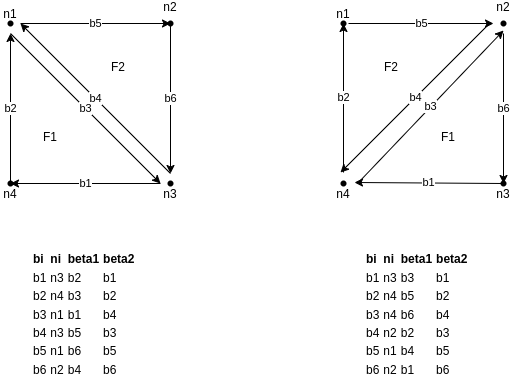
LIHPC-Computational-Geometry/tune keeps this draw.io diagram as scheme.png. Above is the earlier version. Source tidied: cells renumbered, new cells last; positions are measured from the earlier drawing's top-left corner, leaving out a move shared by most shapes. The source it was exported from:
```xml
<mxGraphModel>
  <root>
    <mxCell id="0" />
    <mxCell id="1" parent="0" />
    <mxCell id="2" value="b5" style="endArrow=classic;html=1;rounded=0;" parent="1" edge="1">
      <mxGeometry relative="1" as="geometry">
        <mxPoint x="20" y="10" as="sourcePoint" />
        <mxPoint x="170" y="10" as="targetPoint" />
      </mxGeometry>
    </mxCell>
    <mxCell id="3" value="b6" style="endArrow=classic;html=1;rounded=0;" parent="1" edge="1">
      <mxGeometry relative="1" as="geometry">
        <mxPoint x="170" y="10" as="sourcePoint" />
        <mxPoint x="170" y="160" as="targetPoint" />
      </mxGeometry>
    </mxCell>
    <mxCell id="4" value="b4" style="endArrow=classic;html=1;rounded=0;" parent="1" edge="1">
      <mxGeometry relative="1" as="geometry">
        <mxPoint x="170" y="160" as="sourcePoint" />
        <mxPoint x="20" y="10" as="targetPoint" />
      </mxGeometry>
    </mxCell>
    <mxCell id="5" value="b1" style="endArrow=classic;html=1;rounded=0;" parent="1" edge="1">
      <mxGeometry relative="1" as="geometry">
        <mxPoint x="160" y="170" as="sourcePoint" />
        <mxPoint x="10" y="170" as="targetPoint" />
      </mxGeometry>
    </mxCell>
    <mxCell id="6" value="b2" style="endArrow=classic;html=1;rounded=0;" parent="1" edge="1" source="12">
      <mxGeometry relative="1" as="geometry">
        <mxPoint x="10" y="20" as="targetPoint" />
      </mxGeometry>
    </mxCell>
    <mxCell id="7" value="b3" style="endArrow=classic;html=1;rounded=0;" parent="1" edge="1">
      <mxGeometry relative="1" as="geometry">
        <mxPoint x="10" y="20" as="sourcePoint" />
        <mxPoint x="160" y="170" as="targetPoint" />
      </mxGeometry>
    </mxCell>
    <mxCell id="8" value="n3" style="shape=waypoint;sketch=0;fillStyle=solid;size=6;fillColor=none;perimeter=centerPerimeter;spacingTop=20;" parent="1" vertex="1">
      <mxGeometry x="160" y="160" width="20" height="20" as="geometry" />
    </mxCell>
    <mxCell id="9" value="n1" style="shape=waypoint;sketch=0;fillStyle=solid;size=6;fillColor=none;perimeter=centerPerimeter;labelPadding=0;spacingTop=-20;" parent="1" vertex="1">
      <mxGeometry width="20" height="20" as="geometry" />
    </mxCell>
    <mxCell id="10" value="n2&#10;" style="shape=waypoint;sketch=0;fillStyle=solid;size=6;fillColor=none;perimeter=centerPerimeter;spacingTop=-20;" parent="1" vertex="1">
      <mxGeometry x="160" width="20" height="20" as="geometry" />
    </mxCell>
    <mxCell id="11" style="endArrow=classic;html=1;rounded=0;" parent="1" edge="1" target="12">
      <mxGeometry relative="1" as="geometry">
        <mxPoint x="10" y="170" as="sourcePoint" />
      </mxGeometry>
    </mxCell>
    <mxCell id="12" value="n4" style="shape=waypoint;sketch=0;fillStyle=solid;size=6;points=[];fillColor=none;perimeter=centerPerimeter;snapToPoint=1;spacingTop=20;" parent="1" vertex="1">
      <mxGeometry y="160" width="20" height="20" as="geometry" />
    </mxCell>
    <mxCell id="13" value="F1" style="text;strokeColor=none;align=center;fillColor=none;html=1;verticalAlign=middle;whiteSpace=wrap;rounded=0;" parent="1" vertex="1">
      <mxGeometry x="20" y="109" width="60" height="30" as="geometry" />
    </mxCell>
    <mxCell id="14" value="F2" style="text;strokeColor=none;align=center;fillColor=none;html=1;verticalAlign=middle;whiteSpace=wrap;rounded=0;" parent="1" vertex="1">
      <mxGeometry x="88" y="39" width="60" height="30" as="geometry" />
    </mxCell>
    <mxCell id="15" value="&lt;br&gt;&lt;table&gt;&lt;tbody&gt;&lt;tr&gt;&lt;td&gt;&lt;b&gt;bi&lt;/b&gt;&lt;/td&gt;&lt;td&gt;&lt;b&gt;ni&lt;/b&gt;&lt;/td&gt;&lt;td&gt;&lt;b&gt;beta1&lt;/b&gt;&lt;/td&gt;&lt;td&gt;&lt;b&gt;beta2&lt;/b&gt;&lt;/td&gt;&lt;/tr&gt;&lt;tr&gt;&lt;td&gt;b1&lt;/td&gt;&lt;td&gt;n3&lt;/td&gt;&lt;td&gt;b2&lt;/td&gt;&lt;td&gt;b1&lt;/td&gt;&lt;/tr&gt;&lt;tr&gt;&lt;td&gt;b2&lt;/td&gt;&lt;td&gt;n4&lt;/td&gt;&lt;td&gt;b3&lt;/td&gt;&lt;td&gt;b2&lt;/td&gt;&lt;/tr&gt;&lt;tr&gt;&lt;td&gt;b3&lt;/td&gt;&lt;td&gt;n1&lt;/td&gt;&lt;td&gt;b1&lt;/td&gt;&lt;td&gt;b4&lt;/td&gt;&lt;/tr&gt;&lt;tr&gt;&lt;td&gt;b4&lt;/td&gt;&lt;td&gt;n3&lt;/td&gt;&lt;td&gt;b5&lt;/td&gt;&lt;td&gt;b3&lt;/td&gt;&lt;/tr&gt;&lt;tr&gt;&lt;td&gt;b5&lt;/td&gt;&lt;td&gt;n1&lt;/td&gt;&lt;td&gt;b6&lt;/td&gt;&lt;td&gt;b5&lt;/td&gt;&lt;/tr&gt;&lt;tr&gt;&lt;td&gt;b6&lt;/td&gt;&lt;td&gt;n2&lt;/td&gt;&lt;td&gt;b4&lt;/td&gt;&lt;td&gt;b6&lt;/td&gt;&lt;/tr&gt;&lt;/tbody&gt;&lt;/table&gt;" style="text;strokeColor=none;align=left;fillColor=none;html=1;verticalAlign=middle;whiteSpace=wrap;rounded=0;" parent="1" vertex="1">
      <mxGeometry x="28" y="209" width="120" height="170" as="geometry" />
    </mxCell>
    <mxCell id="16" value="b5" style="endArrow=classic;html=1;rounded=0;" parent="1" edge="1">
      <mxGeometry relative="1" as="geometry">
        <mxPoint x="348" y="10" as="sourcePoint" />
        <mxPoint x="493" y="10" as="targetPoint" />
      </mxGeometry>
    </mxCell>
    <mxCell id="17" value="b6" style="endArrow=classic;html=1;rounded=0;" parent="1" edge="1" target="22">
      <mxGeometry relative="1" as="geometry">
        <mxPoint x="503" y="20" as="sourcePoint" />
      </mxGeometry>
    </mxCell>
    <mxCell id="18" value="b4" style="endArrow=classic;html=1;rounded=0;" parent="1" edge="1">
      <mxGeometry relative="1" as="geometry">
        <mxPoint x="490" y="9" as="sourcePoint" />
        <mxPoint x="340" y="159" as="targetPoint" />
      </mxGeometry>
    </mxCell>
    <mxCell id="19" value="b1" style="endArrow=classic;html=1;rounded=0;" parent="1" edge="1" source="22">
      <mxGeometry relative="1" as="geometry">
        <mxPoint x="354" y="169" as="targetPoint" />
      </mxGeometry>
    </mxCell>
    <mxCell id="20" value="b2" style="endArrow=classic;html=1;rounded=0;entryX=0.7;entryY=0.3;entryDx=0;entryDy=0;entryPerimeter=0;" parent="1" edge="1" target="23">
      <mxGeometry relative="1" as="geometry">
        <mxPoint x="343" y="159" as="sourcePoint" />
      </mxGeometry>
    </mxCell>
    <mxCell id="21" value="b3" style="endArrow=classic;html=1;rounded=0;entryX=0.55;entryY=1.25;entryDx=0;entryDy=0;entryPerimeter=0;" parent="1" edge="1">
      <mxGeometry relative="1" as="geometry">
        <mxPoint x="358" y="169" as="sourcePoint" />
        <mxPoint x="503" y="17" as="targetPoint" />
      </mxGeometry>
    </mxCell>
    <mxCell id="22" value="n3" style="shape=waypoint;sketch=0;fillStyle=solid;size=6;points=[];fillColor=none;perimeter=centerPerimeter;snapToPoint=1;spacingTop=20;" parent="1" vertex="1">
      <mxGeometry x="493" y="160" width="20" height="20" as="geometry" />
    </mxCell>
    <mxCell id="23" value="n1" style="shape=waypoint;sketch=0;fillStyle=solid;size=6;points=[];fillColor=none;perimeter=centerPerimeter;snapToPoint=1;labelPadding=0;spacingTop=-20;" parent="1" vertex="1">
      <mxGeometry x="333" width="20" height="20" as="geometry" />
    </mxCell>
    <mxCell id="24" value="n2&#10;" style="shape=waypoint;sketch=0;fillStyle=solid;size=6;fillColor=none;perimeter=centerPerimeter;spacingTop=-20;" parent="1" vertex="1">
      <mxGeometry x="493" width="20" height="20" as="geometry" />
    </mxCell>
    <mxCell id="25" style="endArrow=classic;html=1;rounded=0;" parent="1" edge="1" target="26">
      <mxGeometry relative="1" as="geometry">
        <mxPoint x="343" y="170" as="sourcePoint" />
      </mxGeometry>
    </mxCell>
    <mxCell id="26" value="n4" style="shape=waypoint;sketch=0;fillStyle=solid;size=6;points=[];fillColor=none;perimeter=centerPerimeter;snapToPoint=1;spacingTop=20;" parent="1" vertex="1">
      <mxGeometry x="333" y="160" width="20" height="20" as="geometry" />
    </mxCell>
    <mxCell id="27" value="F1" style="text;strokeColor=none;align=center;fillColor=none;html=1;verticalAlign=middle;whiteSpace=wrap;rounded=0;" parent="1" vertex="1">
      <mxGeometry x="418" y="109" width="60" height="30" as="geometry" />
    </mxCell>
    <mxCell id="28" value="F2" style="text;strokeColor=none;align=center;fillColor=none;html=1;verticalAlign=middle;whiteSpace=wrap;rounded=0;" parent="1" vertex="1">
      <mxGeometry x="361" y="39" width="60" height="30" as="geometry" />
    </mxCell>
    <mxCell id="29" value="&lt;br&gt;&lt;table&gt;&lt;tbody&gt;&lt;tr&gt;&lt;td&gt;&lt;b&gt;bi&lt;/b&gt;&lt;/td&gt;&lt;td&gt;&lt;b&gt;ni&lt;/b&gt;&lt;/td&gt;&lt;td&gt;&lt;b&gt;beta1&lt;/b&gt;&lt;/td&gt;&lt;td&gt;&lt;b&gt;beta2&lt;/b&gt;&lt;/td&gt;&lt;/tr&gt;&lt;tr&gt;&lt;td&gt;b1&lt;/td&gt;&lt;td&gt;n3&lt;/td&gt;&lt;td&gt;b3&lt;/td&gt;&lt;td&gt;b1&lt;/td&gt;&lt;/tr&gt;&lt;tr&gt;&lt;td&gt;b2&lt;/td&gt;&lt;td&gt;n4&lt;/td&gt;&lt;td&gt;b5&lt;/td&gt;&lt;td&gt;b2&lt;/td&gt;&lt;/tr&gt;&lt;tr&gt;&lt;td&gt;b3&lt;/td&gt;&lt;td&gt;n4&lt;/td&gt;&lt;td&gt;b6&lt;/td&gt;&lt;td&gt;b4&lt;/td&gt;&lt;/tr&gt;&lt;tr&gt;&lt;td&gt;b4&lt;/td&gt;&lt;td&gt;n2&lt;/td&gt;&lt;td&gt;b2&lt;/td&gt;&lt;td&gt;b3&lt;/td&gt;&lt;/tr&gt;&lt;tr&gt;&lt;td&gt;b5&lt;/td&gt;&lt;td&gt;n1&lt;/td&gt;&lt;td&gt;b4&lt;/td&gt;&lt;td&gt;b5&lt;/td&gt;&lt;/tr&gt;&lt;tr&gt;&lt;td&gt;b6&lt;/td&gt;&lt;td&gt;n2&lt;/td&gt;&lt;td&gt;b1&lt;/td&gt;&lt;td&gt;b6&lt;/td&gt;&lt;/tr&gt;&lt;/tbody&gt;&lt;/table&gt;" style="text;strokeColor=none;align=left;fillColor=none;html=1;verticalAlign=middle;whiteSpace=wrap;rounded=0;" parent="1" vertex="1">
      <mxGeometry x="361" y="209" width="120" height="170" as="geometry" />
    </mxCell>
  </root>
</mxGraphModel>
```
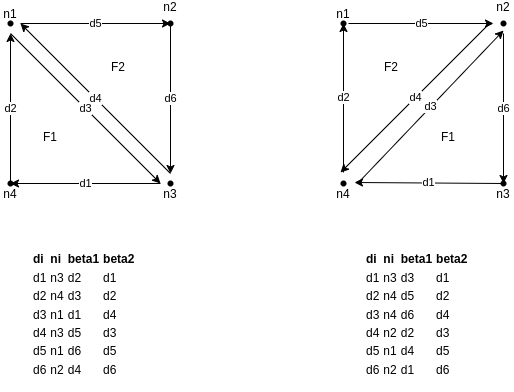
The same file after the commit.

The edit, as a diff of the source:
```diff
@@ -2,36 +2,36 @@
   <root>
     <mxCell id="0" />
     <mxCell id="1" parent="0" />
-    <mxCell id="2" value="b5" style="endArrow=classic;html=1;rounded=0;" parent="1" edge="1">
+    <mxCell id="2" value="d5" style="endArrow=classic;html=1;rounded=0;" parent="1" edge="1">
       <mxGeometry relative="1" as="geometry">
         <mxPoint x="20" y="10" as="sourcePoint" />
         <mxPoint x="170" y="10" as="targetPoint" />
       </mxGeometry>
     </mxCell>
-    <mxCell id="3" value="b6" style="endArrow=classic;html=1;rounded=0;" parent="1" edge="1">
+    <mxCell id="3" value="d6" style="endArrow=classic;html=1;rounded=0;" parent="1" edge="1">
       <mxGeometry relative="1" as="geometry">
         <mxPoint x="170" y="10" as="sourcePoint" />
         <mxPoint x="170" y="160" as="targetPoint" />
       </mxGeometry>
     </mxCell>
-    <mxCell id="4" value="b4" style="endArrow=classic;html=1;rounded=0;" parent="1" edge="1">
+    <mxCell id="4" value="d4" style="endArrow=classic;html=1;rounded=0;" parent="1" edge="1">
       <mxGeometry relative="1" as="geometry">
         <mxPoint x="170" y="160" as="sourcePoint" />
         <mxPoint x="20" y="10" as="targetPoint" />
       </mxGeometry>
     </mxCell>
-    <mxCell id="5" value="b1" style="endArrow=classic;html=1;rounded=0;" parent="1" edge="1">
+    <mxCell id="5" value="d1" style="endArrow=classic;html=1;rounded=0;" parent="1" edge="1">
       <mxGeometry relative="1" as="geometry">
         <mxPoint x="160" y="170" as="sourcePoint" />
         <mxPoint x="10" y="170" as="targetPoint" />
       </mxGeometry>
     </mxCell>
-    <mxCell id="6" value="b2" style="endArrow=classic;html=1;rounded=0;" parent="1" edge="1" source="12">
+    <mxCell id="6" value="d2" style="endArrow=classic;html=1;rounded=0;" parent="1" edge="1" source="12">
       <mxGeometry relative="1" as="geometry">
         <mxPoint x="10" y="20" as="targetPoint" />
       </mxGeometry>
     </mxCell>
-    <mxCell id="7" value="b3" style="endArrow=classic;html=1;rounded=0;" parent="1" edge="1">
+    <mxCell id="7" value="d3" style="endArrow=classic;html=1;rounded=0;" parent="1" edge="1">
       <mxGeometry relative="1" as="geometry">
         <mxPoint x="10" y="20" as="sourcePoint" />
         <mxPoint x="160" y="170" as="targetPoint" />
@@ -60,37 +60,37 @@
     <mxCell id="14" value="F2" style="text;strokeColor=none;align=center;fillColor=none;html=1;verticalAlign=middle;whiteSpace=wrap;rounded=0;" parent="1" vertex="1">
       <mxGeometry x="88" y="39" width="60" height="30" as="geometry" />
     </mxCell>
-    <mxCell id="15" value="&lt;br&gt;&lt;table&gt;&lt;tbody&gt;&lt;tr&gt;&lt;td&gt;&lt;b&gt;bi&lt;/b&gt;&lt;/td&gt;&lt;td&gt;&lt;b&gt;ni&lt;/b&gt;&lt;/td&gt;&lt;td&gt;&lt;b&gt;beta1&lt;/b&gt;&lt;/td&gt;&lt;td&gt;&lt;b&gt;beta2&lt;/b&gt;&lt;/td&gt;&lt;/tr&gt;&lt;tr&gt;&lt;td&gt;b1&lt;/td&gt;&lt;td&gt;n3&lt;/td&gt;&lt;td&gt;b2&lt;/td&gt;&lt;td&gt;b1&lt;/td&gt;&lt;/tr&gt;&lt;tr&gt;&lt;td&gt;b2&lt;/td&gt;&lt;td&gt;n4&lt;/td&gt;&lt;td&gt;b3&lt;/td&gt;&lt;td&gt;b2&lt;/td&gt;&lt;/tr&gt;&lt;tr&gt;&lt;td&gt;b3&lt;/td&gt;&lt;td&gt;n1&lt;/td&gt;&lt;td&gt;b1&lt;/td&gt;&lt;td&gt;b4&lt;/td&gt;&lt;/tr&gt;&lt;tr&gt;&lt;td&gt;b4&lt;/td&gt;&lt;td&gt;n3&lt;/td&gt;&lt;td&gt;b5&lt;/td&gt;&lt;td&gt;b3&lt;/td&gt;&lt;/tr&gt;&lt;tr&gt;&lt;td&gt;b5&lt;/td&gt;&lt;td&gt;n1&lt;/td&gt;&lt;td&gt;b6&lt;/td&gt;&lt;td&gt;b5&lt;/td&gt;&lt;/tr&gt;&lt;tr&gt;&lt;td&gt;b6&lt;/td&gt;&lt;td&gt;n2&lt;/td&gt;&lt;td&gt;b4&lt;/td&gt;&lt;td&gt;b6&lt;/td&gt;&lt;/tr&gt;&lt;/tbody&gt;&lt;/table&gt;" style="text;strokeColor=none;align=left;fillColor=none;html=1;verticalAlign=middle;whiteSpace=wrap;rounded=0;" parent="1" vertex="1">
+    <mxCell id="15" value="&lt;br&gt;&lt;table&gt;&lt;tbody&gt;&lt;tr&gt;&lt;td&gt;&lt;b&gt;di&lt;/b&gt;&lt;/td&gt;&lt;td&gt;&lt;b&gt;ni&lt;/b&gt;&lt;/td&gt;&lt;td&gt;&lt;b&gt;beta1&lt;/b&gt;&lt;/td&gt;&lt;td&gt;&lt;b&gt;beta2&lt;/b&gt;&lt;/td&gt;&lt;/tr&gt;&lt;tr&gt;&lt;td&gt;d1&lt;/td&gt;&lt;td&gt;n3&lt;/td&gt;&lt;td&gt;d2&lt;/td&gt;&lt;td&gt;d1&lt;/td&gt;&lt;/tr&gt;&lt;tr&gt;&lt;td&gt;d2&lt;/td&gt;&lt;td&gt;n4&lt;/td&gt;&lt;td&gt;d3&lt;/td&gt;&lt;td&gt;d2&lt;/td&gt;&lt;/tr&gt;&lt;tr&gt;&lt;td&gt;d3&lt;/td&gt;&lt;td&gt;n1&lt;/td&gt;&lt;td&gt;d1&lt;/td&gt;&lt;td&gt;d4&lt;/td&gt;&lt;/tr&gt;&lt;tr&gt;&lt;td&gt;d4&lt;/td&gt;&lt;td&gt;n3&lt;/td&gt;&lt;td&gt;d5&lt;/td&gt;&lt;td&gt;d3&lt;/td&gt;&lt;/tr&gt;&lt;tr&gt;&lt;td&gt;d5&lt;/td&gt;&lt;td&gt;n1&lt;/td&gt;&lt;td&gt;d6&lt;/td&gt;&lt;td&gt;d5&lt;/td&gt;&lt;/tr&gt;&lt;tr&gt;&lt;td&gt;d6&lt;/td&gt;&lt;td&gt;n2&lt;/td&gt;&lt;td&gt;d4&lt;/td&gt;&lt;td&gt;d6&lt;/td&gt;&lt;/tr&gt;&lt;/tbody&gt;&lt;/table&gt;" style="text;strokeColor=none;align=left;fillColor=none;html=1;verticalAlign=middle;whiteSpace=wrap;rounded=0;" parent="1" vertex="1">
       <mxGeometry x="28" y="209" width="120" height="170" as="geometry" />
     </mxCell>
-    <mxCell id="16" value="b5" style="endArrow=classic;html=1;rounded=0;" parent="1" edge="1">
+    <mxCell id="16" value="d5" style="endArrow=classic;html=1;rounded=0;" parent="1" edge="1">
       <mxGeometry relative="1" as="geometry">
         <mxPoint x="348" y="10" as="sourcePoint" />
         <mxPoint x="493" y="10" as="targetPoint" />
       </mxGeometry>
     </mxCell>
-    <mxCell id="17" value="b6" style="endArrow=classic;html=1;rounded=0;" parent="1" edge="1" target="22">
+    <mxCell id="17" value="d6" style="endArrow=classic;html=1;rounded=0;" parent="1" edge="1" target="22">
       <mxGeometry relative="1" as="geometry">
         <mxPoint x="503" y="20" as="sourcePoint" />
       </mxGeometry>
     </mxCell>
-    <mxCell id="18" value="b4" style="endArrow=classic;html=1;rounded=0;" parent="1" edge="1">
+    <mxCell id="18" value="d4" style="endArrow=classic;html=1;rounded=0;" parent="1" edge="1">
       <mxGeometry relative="1" as="geometry">
         <mxPoint x="490" y="9" as="sourcePoint" />
         <mxPoint x="340" y="159" as="targetPoint" />
       </mxGeometry>
     </mxCell>
-    <mxCell id="19" value="b1" style="endArrow=classic;html=1;rounded=0;" parent="1" edge="1" source="22">
+    <mxCell id="19" value="d1" style="endArrow=classic;html=1;rounded=0;" parent="1" edge="1" source="22">
       <mxGeometry relative="1" as="geometry">
         <mxPoint x="354" y="169" as="targetPoint" />
       </mxGeometry>
     </mxCell>
-    <mxCell id="20" value="b2" style="endArrow=classic;html=1;rounded=0;entryX=0.7;entryY=0.3;entryDx=0;entryDy=0;entryPerimeter=0;" parent="1" edge="1" target="23">
+    <mxCell id="20" value="d2" style="endArrow=classic;html=1;rounded=0;entryX=0.7;entryY=0.3;entryDx=0;entryDy=0;entryPerimeter=0;" parent="1" edge="1" target="23">
       <mxGeometry relative="1" as="geometry">
         <mxPoint x="343" y="159" as="sourcePoint" />
       </mxGeometry>
     </mxCell>
-    <mxCell id="21" value="b3" style="endArrow=classic;html=1;rounded=0;entryX=0.55;entryY=1.25;entryDx=0;entryDy=0;entryPerimeter=0;" parent="1" edge="1">
+    <mxCell id="21" value="d3" style="endArrow=classic;html=1;rounded=0;entryX=0.55;entryY=1.25;entryDx=0;entryDy=0;entryPerimeter=0;" parent="1" edge="1">
       <mxGeometry relative="1" as="geometry">
         <mxPoint x="358" y="169" as="sourcePoint" />
         <mxPoint x="503" y="17" as="targetPoint" />
@@ -119,7 +119,7 @@
     <mxCell id="28" value="F2" style="text;strokeColor=none;align=center;fillColor=none;html=1;verticalAlign=middle;whiteSpace=wrap;rounded=0;" parent="1" vertex="1">
       <mxGeometry x="361" y="39" width="60" height="30" as="geometry" />
     </mxCell>
-    <mxCell id="29" value="&lt;br&gt;&lt;table&gt;&lt;tbody&gt;&lt;tr&gt;&lt;td&gt;&lt;b&gt;bi&lt;/b&gt;&lt;/td&gt;&lt;td&gt;&lt;b&gt;ni&lt;/b&gt;&lt;/td&gt;&lt;td&gt;&lt;b&gt;beta1&lt;/b&gt;&lt;/td&gt;&lt;td&gt;&lt;b&gt;beta2&lt;/b&gt;&lt;/td&gt;&lt;/tr&gt;&lt;tr&gt;&lt;td&gt;b1&lt;/td&gt;&lt;td&gt;n3&lt;/td&gt;&lt;td&gt;b3&lt;/td&gt;&lt;td&gt;b1&lt;/td&gt;&lt;/tr&gt;&lt;tr&gt;&lt;td&gt;b2&lt;/td&gt;&lt;td&gt;n4&lt;/td&gt;&lt;td&gt;b5&lt;/td&gt;&lt;td&gt;b2&lt;/td&gt;&lt;/tr&gt;&lt;tr&gt;&lt;td&gt;b3&lt;/td&gt;&lt;td&gt;n4&lt;/td&gt;&lt;td&gt;b6&lt;/td&gt;&lt;td&gt;b4&lt;/td&gt;&lt;/tr&gt;&lt;tr&gt;&lt;td&gt;b4&lt;/td&gt;&lt;td&gt;n2&lt;/td&gt;&lt;td&gt;b2&lt;/td&gt;&lt;td&gt;b3&lt;/td&gt;&lt;/tr&gt;&lt;tr&gt;&lt;td&gt;b5&lt;/td&gt;&lt;td&gt;n1&lt;/td&gt;&lt;td&gt;b4&lt;/td&gt;&lt;td&gt;b5&lt;/td&gt;&lt;/tr&gt;&lt;tr&gt;&lt;td&gt;b6&lt;/td&gt;&lt;td&gt;n2&lt;/td&gt;&lt;td&gt;b1&lt;/td&gt;&lt;td&gt;b6&lt;/td&gt;&lt;/tr&gt;&lt;/tbody&gt;&lt;/table&gt;" style="text;strokeColor=none;align=left;fillColor=none;html=1;verticalAlign=middle;whiteSpace=wrap;rounded=0;" parent="1" vertex="1">
+    <mxCell id="29" value="&lt;br&gt;&lt;table&gt;&lt;tbody&gt;&lt;tr&gt;&lt;td&gt;&lt;b&gt;di&lt;/b&gt;&lt;/td&gt;&lt;td&gt;&lt;b&gt;ni&lt;/b&gt;&lt;/td&gt;&lt;td&gt;&lt;b&gt;beta1&lt;/b&gt;&lt;/td&gt;&lt;td&gt;&lt;b&gt;beta2&lt;/b&gt;&lt;/td&gt;&lt;/tr&gt;&lt;tr&gt;&lt;td&gt;d1&lt;/td&gt;&lt;td&gt;n3&lt;/td&gt;&lt;td&gt;d3&lt;/td&gt;&lt;td&gt;d1&lt;/td&gt;&lt;/tr&gt;&lt;tr&gt;&lt;td&gt;d2&lt;/td&gt;&lt;td&gt;n4&lt;/td&gt;&lt;td&gt;d5&lt;/td&gt;&lt;td&gt;d2&lt;/td&gt;&lt;/tr&gt;&lt;tr&gt;&lt;td&gt;d3&lt;/td&gt;&lt;td&gt;n4&lt;/td&gt;&lt;td&gt;d6&lt;/td&gt;&lt;td&gt;d4&lt;/td&gt;&lt;/tr&gt;&lt;tr&gt;&lt;td&gt;d4&lt;/td&gt;&lt;td&gt;n2&lt;/td&gt;&lt;td&gt;d2&lt;/td&gt;&lt;td&gt;d3&lt;/td&gt;&lt;/tr&gt;&lt;tr&gt;&lt;td&gt;d5&lt;/td&gt;&lt;td&gt;n1&lt;/td&gt;&lt;td&gt;d4&lt;/td&gt;&lt;td&gt;d5&lt;/td&gt;&lt;/tr&gt;&lt;tr&gt;&lt;td&gt;d6&lt;/td&gt;&lt;td&gt;n2&lt;/td&gt;&lt;td&gt;d1&lt;/td&gt;&lt;td&gt;d6&lt;/td&gt;&lt;/tr&gt;&lt;/tbody&gt;&lt;/table&gt;" style="text;strokeColor=none;align=left;fillColor=none;html=1;verticalAlign=middle;whiteSpace=wrap;rounded=0;" parent="1" vertex="1">
       <mxGeometry x="361" y="209" width="120" height="170" as="geometry" />
     </mxCell>
   </root>
```
